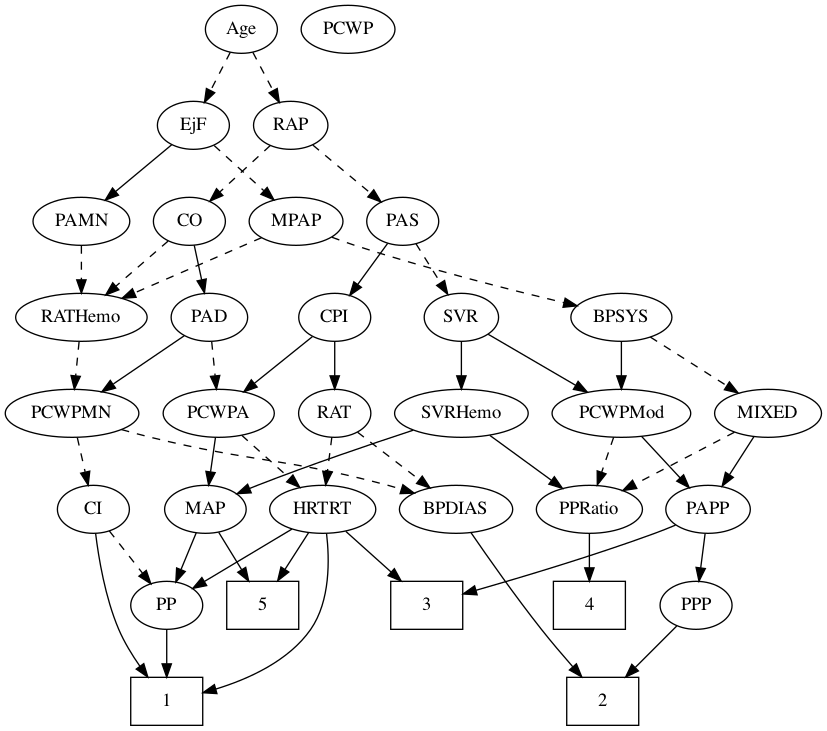
The Graphviz diagram TreeFiles/TreeTraining/tree0v0.png in jozieLamp/CARNA, before a commit. Its source is kept beside it as TreeFiles/TreeTraining/tree0v0.dot.
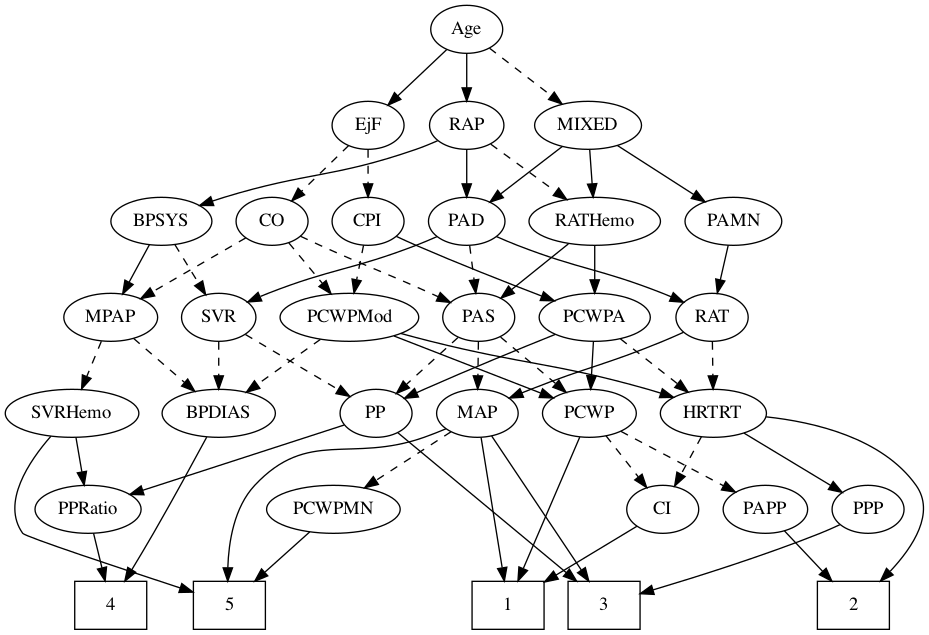
The same diagram one commit later.

Change to the diagram source:
```diff
@@ -1,202 +1,230 @@
 strict digraph {
-	graph [bb="0,0,612.34,540"];
+	graph [bb="0,0,688.81,468"];
 	node [label="\N"];
 	1	[height=0.5,
-		pos="121.05,18",
+		pos="377.05,18",
 		shape=box,
 		width=0.75];
 	2	[height=0.5,
-		pos="448.05,18",
+		pos="636.05,18",
 		shape=box,
 		width=0.75];
 	3	[height=0.5,
-		pos="316.05,90",
+		pos="449.05,18",
 		shape=box,
 		width=0.75];
 	4	[height=0.5,
-		pos="438.05,90",
+		pos="79.046,18",
 		shape=box,
 		width=0.75];
 	5	[height=0.5,
-		pos="193.05,90",
+		pos="168.05,18",
 		shape=box,
 		width=0.75];
 	Age	[height=0.5,
-		pos="177.05,522",
+		pos="346.05,450",
 		width=0.75];
 	EjF	[height=0.5,
-		pos="141.05,450",
+		pos="272.05,378",
 		width=0.75];
-	Age -> EjF	[pos="e,149.35,467.15 168.7,504.76 164.33,496.28 158.9,485.71 154,476.2",
+	Age -> EjF	[pos="e,287,393.14 331.07,434.83 320.54,424.87 306.26,411.37 294.39,400.14",
+		style=solid];
+	RAP	[height=0.5,
+		pos="346.05,378",
+		width=0.77632];
+	Age -> RAP	[pos="e,346.05,396.1 346.05,431.7 346.05,423.98 346.05,414.71 346.05,406.11",
+		style=solid];
+	MIXED	[height=0.5,
+		pos="437.05,378",
+		width=1.1193];
+	Age -> MIXED	[pos="e,417.48,394.05 363.16,435.83 376.19,425.81 394.4,411.81 409.48,400.21",
 		style=dashed];
-	RAP	[height=0.5,
-		pos="214.05,450",
+	CO	[height=0.5,
+		pos="200.05,306",
+		width=0.75];
+	EjF -> CO	[pos="e,214.84,321.38 257.48,362.83 247.3,352.94 233.52,339.55 222.01,328.36",
+		style=dashed];
+	CPI	[height=0.5,
+		pos="272.05,306",
+		width=0.75];
+	EjF -> CPI	[pos="e,272.05,324.1 272.05,359.7 272.05,351.98 272.05,342.71 272.05,334.11",
+		style=dashed];
+	BPSYS	[height=0.5,
+		pos="117.05,306",
+		width=1.0471];
+	RAP -> BPSYS	[pos="e,145.72,317.9 324.21,366.44 318.98,364.14 313.37,361.84 308.05,360 245.7,338.45 227.15,343.24 164.05,324 161.15,323.12 158.17,322.16 \
+155.19,321.16",
+		style=solid];
+	PAD	[height=0.5,
+		pos="346.05,306",
+		width=0.79437];
+	RAP -> PAD	[pos="e,346.05,324.1 346.05,359.7 346.05,351.98 346.05,342.71 346.05,334.11",
+		style=solid];
+	RATHemo	[height=0.5,
+		pos="442.05,306",
+		width=1.3721];
+	RAP -> RATHemo	[pos="e,421.06,322.3 364.1,363.83 377.76,353.88 396.8,339.99 412.64,328.44",
+		style=dashed];
+	MIXED -> PAD	[pos="e,363.47,320.4 417.75,362.15 404.31,351.82 386.26,337.93 371.63,326.68",
+		style=solid];
+	PAMN	[height=0.5,
+		pos="546.05,306",
+		width=1.011];
+	MIXED -> PAMN	[pos="e,524.76,320.67 459.1,362.83 475.57,352.26 498.25,337.7 516.31,326.1",
+		style=solid];
+	MIXED -> RATHemo	[pos="e,440.82,324.1 438.28,359.7 438.83,351.98 439.49,342.71 440.11,334.11",
+		style=solid];
+	MPAP	[height=0.5,
+		pos="79.046,234",
+		width=0.97491];
+	SVRHemo	[height=0.5,
+		pos="50.046,162",
+		width=1.3902];
+	MPAP -> SVRHemo	[pos="e,57.202,180.28 72.025,216.05 68.761,208.18 64.801,198.62 61.146,189.79",
+		style=dashed];
+	BPDIAS	[height=0.5,
+		pos="160.05,162",
+		width=1.1735];
+	MPAP -> BPDIAS	[pos="e,142.05,178.55 96.224,218.15 107.27,208.61 121.83,196.03 134.25,185.29",
+		style=dashed];
+	BPSYS -> MPAP	[pos="e,87.986,251.47 108.04,288.41 103.5,280.04 97.888,269.71 92.818,260.37",
+		style=solid];
+	SVR	[height=0.5,
+		pos="160.05,234",
 		width=0.77632];
-	Age -> RAP	[pos="e,205.51,467.15 185.63,504.76 190.11,496.28 195.7,485.71 200.73,476.2",
-		style=dashed];
-	MPAP	[height=0.5,
-		pos="218.05,378",
-		width=0.97491];
-	EjF -> MPAP	[pos="e,201.42,394.11 156.63,434.83 167.3,425.13 181.66,412.08 193.81,401.03",
-		style=dashed];
-	PAMN	[height=0.5,
-		pos="57.046,378",
-		width=1.011];
-	EjF -> PAMN	[pos="e,74.937,393.91 124.85,435.5 112.89,425.54 96.383,411.78 82.648,400.34",
-		style=solid];
-	CO	[height=0.5,
-		pos="138.05,378",
-		width=0.75];
-	RAP -> CO	[pos="e,153.4,393.14 198.67,434.83 187.85,424.87 173.19,411.37 160.99,400.14",
+	BPSYS -> SVR	[pos="e,150.22,250.99 127.24,288.41 132.51,279.83 139.04,269.19 144.89,259.67",
 		style=dashed];
 	PAS	[height=0.5,
-		pos="298.05,378",
+		pos="355.05,234",
 		width=0.75];
-	RAP -> PAS	[pos="e,281.77,392.56 230.64,435.17 243.03,424.85 260.15,410.58 274.03,399.01",
+	PAD -> PAS	[pos="e,352.85,252.1 348.27,287.7 349.26,279.98 350.45,270.71 351.56,262.11",
 		style=dashed];
-	MIXED	[height=0.5,
-		pos="572.05,234",
-		width=1.1193];
+	RAT	[height=0.5,
+		pos="530.05,234",
+		width=0.75827];
+	PAD -> RAT	[pos="e,508.7,245.3 368.39,294.55 373.49,292.29 378.92,289.99 384.05,288 431.61,269.56 445.57,270.68 493.05,252 495.13,251.18 497.27,250.3 \
+499.41,249.39",
+		style=solid];
+	PAD -> SVR	[pos="e,181.78,245.5 323.71,294.53 318.6,292.27 313.17,289.97 308.05,288 259.64,269.38 245.36,270.86 197.05,252 195.17,251.27 193.25,250.49 \
+191.33,249.68",
+		style=solid];
+	CO -> MPAP	[pos="e,101.63,248.07 180.34,293.6 161.38,282.63 132.44,265.89 110.33,253.1",
+		style=dashed];
+	CO -> PAS	[pos="e,333.78,245.18 221.31,294.82 226.14,292.55 231.26,290.17 236.05,288 272.67,271.41 282.42,268.59 319.05,252 320.84,251.19 322.68,\
+250.35 324.54,249.49",
+		style=dashed];
+	PCWPMod	[height=0.5,
+		pos="258.05,234",
+		width=1.4443];
+	CO -> PCWPMod	[pos="e,244.27,251.63 212.63,289.81 219.99,280.93 229.46,269.5 237.84,259.39",
+		style=dashed];
+	MAP	[height=0.5,
+		pos="354.05,162",
+		width=0.84854];
+	PAS -> MAP	[pos="e,354.29,180.1 354.8,215.7 354.69,207.98 354.56,198.71 354.43,190.11",
+		style=dashed];
+	PP	[height=0.5,
+		pos="278.05,162",
+		width=0.75];
+	PAS -> PP	[pos="e,293.34,176.91 339.46,218.83 328.43,208.81 313.46,195.19 301.05,183.92",
+		style=dashed];
+	PCWP	[height=0.5,
+		pos="438.05,162",
+		width=0.97491];
+	PAS -> PCWP	[pos="e,420.54,177.77 371.44,219.17 383.18,209.27 399.21,195.75 412.6,184.46",
+		style=dashed];
+	PAMN -> RAT	[pos="e,533.99,252.28 542.17,288.05 540.39,280.26 538.23,270.82 536.24,262.08",
+		style=solid];
+	RATHemo -> PAS	[pos="e,371.78,248.47 422.3,289.12 409.68,278.96 393.21,265.71 379.73,254.86",
+		style=solid];
+	PCWPA	[height=0.5,
+		pos="442.05,234",
+		width=1.1555];
+	RATHemo -> PCWPA	[pos="e,442.05,252.1 442.05,287.7 442.05,279.98 442.05,270.71 442.05,262.11",
+		style=solid];
+	CPI -> PCWPMod	[pos="e,261.5,252.28 268.66,288.05 267.11,280.35 265.25,271.03 263.52,262.36",
+		style=dashed];
+	CPI -> PCWPA	[pos="e,411.75,246.34 293.26,294.7 298.09,292.44 303.23,290.09 308.05,288 339.43,274.4 375.51,260.21 402.32,249.94",
+		style=solid];
+	RAT -> MAP	[pos="e,378.07,173.46 508.65,222.81 503.57,220.49 498.15,218.09 493.05,216 449.74,198.21 437.61,197.16 394.05,180 391.85,179.14 389.6,\
+178.23 387.34,177.31",
+		style=solid];
+	HRTRT	[height=0.5,
+		pos="531.05,162",
+		width=1.1013];
+	RAT -> HRTRT	[pos="e,530.8,180.1 530.29,215.7 530.4,207.98 530.54,198.71 530.66,190.11",
+		style=dashed];
+	SVR -> BPDIAS	[pos="e,160.05,180.1 160.05,215.7 160.05,207.98 160.05,198.71 160.05,190.11",
+		style=dashed];
+	SVR -> PP	[pos="e,258.32,174.7 180.06,221.13 199.16,209.79 228.13,192.61 249.62,179.86",
+		style=dashed];
+	PCWPMod -> BPDIAS	[pos="e,180.73,177.77 236.3,217.46 222.44,207.57 204.31,194.62 189.21,183.83",
+		style=dashed];
+	PCWPMod -> PCWP	[pos="e,410.96,173.53 291.48,220 322.72,207.85 369.24,189.76 401.45,177.23",
+		style=solid];
+	PCWPMod -> HRTRT	[pos="e,501.16,173.99 296.68,221.89 304.09,219.86 311.79,217.81 319.05,216 391.03,198.03 410.66,200.19 482.05,180 485.16,179.12 488.38,\
+178.15 491.59,177.13",
+		style=solid];
+	PCWPA -> PP	[pos="e,299.29,173.24 412.39,221.19 386.33,210.71 347.47,194.8 314.05,180 312.24,179.2 310.4,178.37 308.54,177.53",
+		style=solid];
+	PCWPA -> PCWP	[pos="e,439.02,180.1 441.06,215.7 440.62,207.98 440.09,198.71 439.59,190.11",
+		style=solid];
+	PCWPA -> HRTRT	[pos="e,512.08,177.92 461.36,217.81 473.8,208.02 490.17,195.15 503.92,184.34",
+		style=dashed];
+	PCWPMN	[height=0.5,
+		pos="246.05,90",
+		width=1.3902];
+	PCWPMN -> 5	[pos="e,187.04,36.044 228.35,73.116 218.44,64.222 205.88,52.953 194.79,43.003",
+		style=solid];
+	SVRHemo -> 5	[pos="e,140.76,27.886 34.139,144.79 17.74,126.05 -3.3038,94.869 13.046,72 14.846,69.481 85.981,45.845 131.25,31",
+		style=solid];
 	PPRatio	[height=0.5,
-		pos="438.05,162",
+		pos="62.046,90",
 		width=1.1013];
-	MIXED -> PPRatio	[pos="e,463.14,176.11 546.84,219.83 525.79,208.83 495.56,193.04 472.31,180.9",
+	SVRHemo -> PPRatio	[pos="e,59.113,108.1 53.012,143.7 54.334,135.98 55.923,126.71 57.398,118.11",
+		style=solid];
+	BPDIAS -> 4	[pos="e,89.596,36.083 151.03,144.16 141.35,126.18 125.41,96.904 111.05,72 105.86,63.017 100.04,53.277 94.799,44.626",
+		style=solid];
+	MAP -> 1	[pos="e,374.26,36.189 356.82,143.87 360.74,119.67 367.94,75.211 372.61,46.393",
+		style=solid];
+	MAP -> 3	[pos="e,437.64,36.056 364.76,144.99 381.12,120.53 412.48,73.661 431.99,44.495",
+		style=solid];
+	MAP -> 5	[pos="e,166.81,36.097 330.55,150.43 325.18,148.18 319.45,145.91 314.05,144 258.72,124.49 227.14,150.83 187.05,108 171.65,91.553 167.51,\
+65.816 166.86,46.24",
+		style=solid];
+	MAP -> PCWPMN	[pos="e,269.49,106.19 334.24,148.16 318.54,137.99 296.29,123.56 278.06,111.75",
+		style=dashed];
+	PP -> 3	[pos="e,428.49,36.066 294.44,147.38 323.59,123.18 384.72,72.414 420.77,42.48",
+		style=solid];
+	PP -> PPRatio	[pos="e,93.412,101.17 254.1,153.24 217.65,141.43 147.75,118.77 103.09,104.3",
+		style=solid];
+	PPP	[height=0.5,
+		pos="647.05,90",
+		width=0.75];
+	PPP -> 3	[pos="e,476.07,26.713 625.92,78.486 621.08,76.229 615.93,73.942 611.05,72 568.81,55.195 518.93,39.475 485.79,29.588",
+		style=solid];
+	PPRatio -> 4	[pos="e,74.85,36.275 66.161,72.055 68.054,64.261 70.346,54.822 72.469,46.079",
+		style=solid];
+	PCWP -> 1	[pos="e,384.46,36.268 430.81,144.15 420.36,119.84 400.96,74.66 388.54,45.753",
+		style=solid];
+	CI	[height=0.5,
+		pos="493.05,90",
+		width=0.75];
+	PCWP -> CI	[pos="e,480.99,106.34 450.53,145.12 457.66,136.04 466.73,124.49 474.67,114.39",
 		style=dashed];
 	PAPP	[height=0.5,
-		pos="527.05,162",
+		pos="570.05,90",
 		width=0.88464];
-	MIXED -> PAPP	[pos="e,537.63,179.47 561.38,216.41 555.95,207.95 549.22,197.49 543.17,188.08",
+	PCWP -> PAPP	[pos="e,547.53,102.94 461.64,148.49 483.12,137.1 514.97,120.2 538.6,107.67",
+		style=dashed];
+	CI -> 1	[pos="e,404.35,35.478 473.63,77.284 457.11,67.316 432.95,52.737 412.93,40.655",
 		style=solid];
-	BPSYS	[height=0.5,
-		pos="462.05,306",
-		width=1.0471];
-	MPAP -> BPSYS	[pos="e,428.81,314.63 244.87,366.1 250.5,363.96 256.44,361.82 262.05,360 315.43,342.67 378.16,326.75 418.93,316.98",
+	PAPP -> 2	[pos="e,619.9,36.127 584.37,73.811 592.7,64.967 603.42,53.607 612.92,43.525",
+		style=solid];
+	HRTRT -> 2	[pos="e,656.32,36.17 570.6,159.36 606.55,155.52 657.72,143.66 683.05,108 697.57,87.558 681.04,62.069 663.71,43.613",
+		style=solid];
+	HRTRT -> PPP	[pos="e,627.64,102.71 553.96,147.17 572.63,135.91 599.06,119.96 618.99,107.93",
+		style=solid];
+	HRTRT -> CI	[pos="e,501.99,107.47 522.04,144.41 517.5,136.04 511.89,125.71 506.82,116.37",
 		style=dashed];
-	RATHemo	[height=0.5,
-		pos="57.046,306",
-		width=1.3721];
-	MPAP -> RATHemo	[pos="e,87.519,320.25 192.18,365.75 166.43,354.56 126.57,337.23 96.799,324.28",
-		style=dashed];
-	BPSYS -> MIXED	[pos="e,549.6,249.28 483.78,291.17 500.14,280.76 522.78,266.35 541.04,254.73",
-		style=dashed];
-	PCWPMod	[height=0.5,
-		pos="462.05,234",
-		width=1.4443];
-	BPSYS -> PCWPMod	[pos="e,462.05,252.1 462.05,287.7 462.05,279.98 462.05,270.71 462.05,262.11",
-		style=solid];
-	PAD	[height=0.5,
-		pos="153.05,306",
-		width=0.79437];
-	PCWPA	[height=0.5,
-		pos="160.05,234",
-		width=1.1555];
-	PAD -> PCWPA	[pos="e,158.34,252.1 154.78,287.7 155.55,279.98 156.47,270.71 157.33,262.11",
-		style=dashed];
-	PCWPMN	[height=0.5,
-		pos="50.046,234",
-		width=1.3902];
-	PAD -> PCWPMN	[pos="e,72.403,250.19 134.15,292.16 119.32,282.08 98.346,267.83 81.057,256.08",
-		style=solid];
-	CO -> PAD	[pos="e,149.34,324.28 141.68,360.05 143.35,352.26 145.37,342.82 147.24,334.08",
-		style=solid];
-	CO -> RATHemo	[pos="e,75.277,322.76 122.04,363.17 110.89,353.54 95.778,340.47 82.929,329.37",
-		style=dashed];
-	CPI	[height=0.5,
-		pos="247.05,306",
-		width=0.75];
-	PAS -> CPI	[pos="e,258.33,322.49 286.73,361.46 280.12,352.4 271.66,340.79 264.25,330.61",
-		style=solid];
-	SVR	[height=0.5,
-		pos="342.05,306",
-		width=0.77632];
-	PAS -> SVR	[pos="e,331.8,323.31 308.03,361.12 313.47,352.47 320.31,341.58 326.44,331.83",
-		style=dashed];
-	PAMN -> RATHemo	[pos="e,57.046,324.1 57.046,359.7 57.046,351.98 57.046,342.71 57.046,334.11",
-		style=dashed];
-	RATHemo -> PCWPMN	[pos="e,51.756,252.1 55.315,287.7 54.544,279.98 53.617,270.71 52.757,262.11",
-		style=dashed];
-	RAT	[height=0.5,
-		pos="247.05,234",
-		width=0.75827];
-	CPI -> RAT	[pos="e,247.05,252.1 247.05,287.7 247.05,279.98 247.05,270.71 247.05,262.11",
-		style=solid];
-	CPI -> PCWPA	[pos="e,178.88,250.16 230.27,291.5 217.97,281.61 201.02,267.96 186.85,256.56",
-		style=solid];
-	BPDIAS	[height=0.5,
-		pos="338.05,162",
-		width=1.1735];
-	RAT -> BPDIAS	[pos="e,318.48,178.05 264.16,219.83 277.19,209.81 295.4,195.81 310.48,184.21",
-		style=dashed];
-	HRTRT	[height=0.5,
-		pos="238.05,162",
-		width=1.1013];
-	RAT -> HRTRT	[pos="e,240.27,180.28 244.87,216.05 243.88,208.35 242.68,199.03 241.56,190.36",
-		style=dashed];
-	SVR -> PCWPMod	[pos="e,436.45,249.93 362.13,293.28 380,282.86 406.5,267.4 427.72,255.02",
-		style=solid];
-	SVRHemo	[height=0.5,
-		pos="342.05,234",
-		width=1.3902];
-	SVR -> SVRHemo	[pos="e,342.05,252.1 342.05,287.7 342.05,279.98 342.05,270.71 342.05,262.11",
-		style=solid];
-	PCWPMod -> PPRatio	[pos="e,443.97,180.28 456.24,216.05 453.53,208.18 450.26,198.62 447.23,189.79",
-		style=dashed];
-	PCWPMod -> PAPP	[pos="e,512.94,178.19 477.12,216.76 485.73,207.5 496.65,195.73 506.08,185.58",
-		style=solid];
-	MAP	[height=0.5,
-		pos="150.05,162",
-		width=0.84854];
-	PCWPA -> MAP	[pos="e,152.49,180.1 157.57,215.7 156.47,207.98 155.15,198.71 153.92,190.11",
-		style=solid];
-	PCWPA -> HRTRT	[pos="e,220.78,178.49 177.36,217.46 187.86,208.04 201.44,195.85 213.09,185.4",
-		style=dashed];
-	PCWPMN -> BPDIAS	[pos="e,306.67,174.13 87.061,221.84 94.322,219.79 101.9,217.75 109.05,216 187.44,196.81 209.06,200.8 287.05,180 290.25,179.15 293.54,178.2 \
-296.84,177.21",
-		style=dashed];
-	CI	[height=0.5,
-		pos="66.046,162",
-		width=0.75];
-	PCWPMN -> CI	[pos="e,62.136,180.1 54.001,215.7 55.764,207.98 57.883,198.71 59.848,190.11",
-		style=dashed];
-	SVRHemo -> MAP	[pos="e,173.85,173.72 305.9,221.36 274.71,211.1 228.59,195.44 189.05,180 187.19,179.27 185.29,178.51 183.38,177.73",
-		style=solid];
-	SVRHemo -> PPRatio	[pos="e,417.79,177.77 363.35,217.46 376.93,207.57 394.68,194.62 409.47,183.83",
-		style=solid];
-	BPDIAS -> 2	[pos="e,432.3,36.326 349.17,144.59 361.61,126.48 382.57,96.631 402.05,72 409.45,62.635 417.93,52.673 425.57,43.943",
-		style=solid];
-	MAP -> 5	[pos="e,182.53,108.12 160.02,144.76 165.13,136.44 171.48,126.1 177.24,116.73",
-		style=solid];
-	PP	[height=0.5,
-		pos="121.05,90",
-		width=0.75];
-	MAP -> PP	[pos="e,127.87,107.47 143.17,144.41 139.78,136.22 135.6,126.14 131.8,116.95",
-		style=solid];
-	PP -> 1	[pos="e,121.05,36.104 121.05,71.697 121.05,63.983 121.05,54.712 121.05,46.112",
-		style=solid];
-	PPP	[height=0.5,
-		pos="518.05,90",
-		width=0.75];
-	PPP -> 2	[pos="e,465.25,36.204 503.54,74.496 494.58,65.538 482.86,53.813 472.5,43.45",
-		style=solid];
-	PPRatio -> 4	[pos="e,438.05,108.1 438.05,143.7 438.05,135.98 438.05,126.71 438.05,118.11",
-		style=solid];
-	PCWP	[height=0.5,
-		pos="257.05,522",
-		width=0.97491];
-	CI -> 1	[pos="e,106.88,36.149 67.702,144.01 69.936,125.65 74.872,95.83 85.046,72 89.13,62.433 95.034,52.784 100.88,44.388",
-		style=solid];
-	CI -> PP	[pos="e,109.13,106.16 77.98,145.81 85.259,136.55 94.708,124.52 102.9,114.09",
-		style=dashed];
-	PAPP -> 3	[pos="e,343.28,98.517 502.66,150.17 497.54,148.03 492.15,145.87 487.05,144 441.49,127.31 387.92,111.27 353.04,101.29",
-		style=solid];
-	PAPP -> PPP	[pos="e,520.24,108.1 524.82,143.7 523.83,135.98 522.64,126.71 521.53,118.11",
-		style=solid];
-	HRTRT -> 1	[pos="e,148.13,24.444 240.91,143.93 243.17,124.68 243.85,93.292 229.05,72 212.49,48.189 182.11,34.615 157.78,27.178",
-		style=solid];
-	HRTRT -> 3	[pos="e,296.87,108.21 255.36,145.46 265.35,136.5 278.12,125.03 289.38,114.93",
-		style=solid];
-	HRTRT -> 5	[pos="e,204.26,108.45 227.38,144.41 222.1,136.2 215.61,126.1 209.7,116.9",
-		style=solid];
-	HRTRT -> PP	[pos="e,140.62,102.71 214.93,147.17 196.1,135.91 169.44,119.96 149.34,107.93",
-		style=solid];
 }
```
